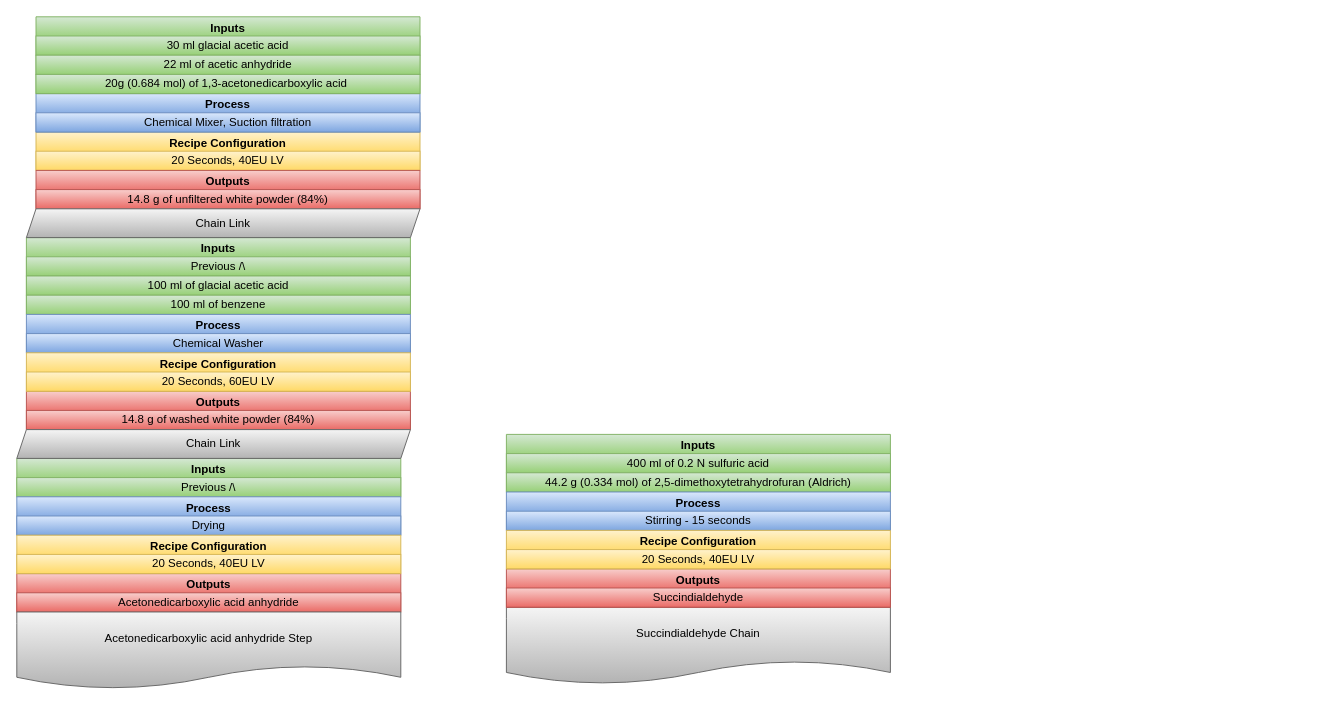
Nrmot/flowcharts keeps this draw.io diagram as Cocaine.drawio. Above is the earlier version. Source tidied: cells renumbered, new cells numbered last; positions are measured from the earlier drawing's top-left corner, leaving out a move shared by most shapes. Both pictures are drawn from the tidied source at 96%, with x=0, y=0 at pixel (16, 16).
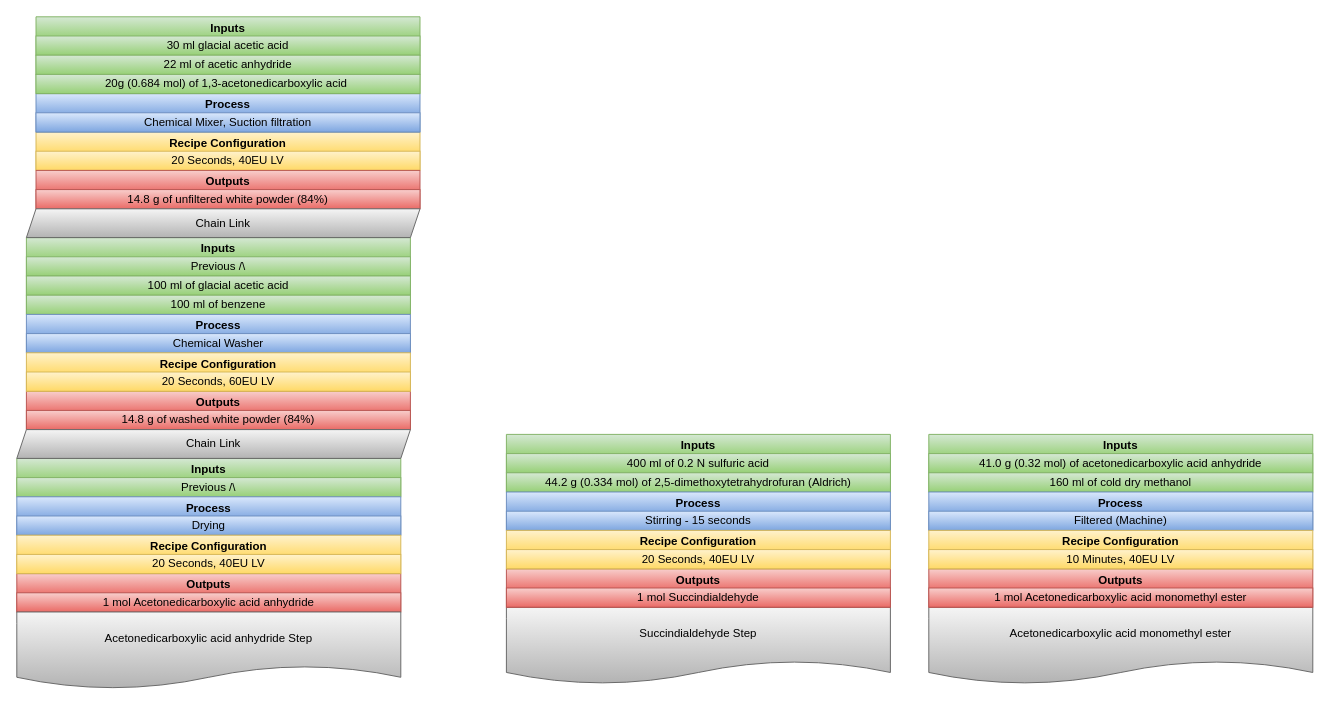
The same page after the edit.

The change refers to these unchanged cells:
```xml
<mxCell id="2" value="Outputs" style="swimlane;whiteSpace=wrap;html=1;fillColor=#f8cecc;strokeColor=#b85450;gradientColor=#ea6b66;" parent="1" vertex="1">
  <mxGeometry y="580" width="400" height="40" as="geometry" />
</mxCell>
<mxCell id="22" value="Outputs" style="swimlane;whiteSpace=wrap;html=1;fillColor=#f8cecc;strokeColor=#b85450;gradientColor=#ea6b66;" parent="1" vertex="1">
  <mxGeometry x="510" y="575" width="400" height="40" as="geometry" />
</mxCell>
```

Change to the diagram source:
```diff
@@
-    <mxCell id="4" value="Acetonedicarboxylic acid anhydride" style="rounded=0;whiteSpace=wrap;html=1;fillColor=#f8cecc;strokeColor=#b85450;gradientColor=#ea6b66;" parent="2" vertex="1">
+    <mxCell id="4" value="1 mol Acetonedicarboxylic acid anhydride" style="rounded=0;whiteSpace=wrap;html=1;fillColor=#f8cecc;strokeColor=#b85450;gradientColor=#ea6b66;" parent="2" vertex="1">
       <mxGeometry y="20" width="400" height="20" as="geometry" />
     </mxCell>
@@
-    <mxCell id="21" value="Succindialdehyde&amp;nbsp;Chain" style="shape=document;whiteSpace=wrap;html=1;boundedLbl=1;fillColor=#f5f5f5;gradientColor=#b3b3b3;strokeColor=#666666;" parent="1" vertex="1">
+    <mxCell id="21" value="Succindialdehyde&amp;nbsp;Step" style="shape=document;whiteSpace=wrap;html=1;boundedLbl=1;fillColor=#f5f5f5;gradientColor=#b3b3b3;strokeColor=#666666;" parent="1" vertex="1">
       <mxGeometry x="510" y="615" width="400" height="80" as="geometry" />
     </mxCell>
@@
-    <mxCell id="24" value="Succindialdehyde" style="rounded=0;whiteSpace=wrap;html=1;fillColor=#f8cecc;strokeColor=#b85450;gradientColor=#ea6b66;" parent="22" vertex="1">
+    <mxCell id="24" value="1 mol Succindialdehyde" style="rounded=0;whiteSpace=wrap;html=1;fillColor=#f8cecc;strokeColor=#b85450;gradientColor=#ea6b66;" parent="22" vertex="1">
       <mxGeometry y="20" width="400" height="20" as="geometry" />
     </mxCell>
@@
+    <mxCell id="51" value="Acetonedicarboxylic acid monomethyl ester" style="shape=document;whiteSpace=wrap;html=1;boundedLbl=1;fillColor=#f5f5f5;gradientColor=#b3b3b3;strokeColor=#666666;" parent="1" vertex="1">
+      <mxGeometry x="950" y="615" width="400" height="80" as="geometry" />
+    </mxCell>
+    <mxCell id="52" value="Outputs" style="swimlane;whiteSpace=wrap;html=1;fillColor=#f8cecc;strokeColor=#b85450;gradientColor=#ea6b66;" parent="1" vertex="1">
+      <mxGeometry x="950" y="575" width="400" height="40" as="geometry" />
+    </mxCell>
+    <mxCell id="53" style="edgeStyle=orthogonalEdgeStyle;rounded=0;orthogonalLoop=1;jettySize=auto;html=1;exitX=0.5;exitY=1;exitDx=0;exitDy=0;fillColor=#f8cecc;strokeColor=#b85450;gradientColor=#ea6b66;" parent="52" edge="1">
+      <mxGeometry relative="1" as="geometry">
+        <mxPoint x="150" y="40" as="sourcePoint" />
+        <mxPoint x="150" y="40" as="targetPoint" />
+      </mxGeometry>
+    </mxCell>
+    <mxCell id="54" value="1 mol Acetonedicarboxylic acid monomethyl ester" style="rounded=0;whiteSpace=wrap;html=1;fillColor=#f8cecc;strokeColor=#b85450;gradientColor=#ea6b66;" parent="52" vertex="1">
+      <mxGeometry y="20" width="400" height="20" as="geometry" />
+    </mxCell>
+    <mxCell id="55" value="Inputs" style="swimlane;whiteSpace=wrap;html=1;fillColor=#d5e8d4;strokeColor=#82b366;gradientColor=#97d077;" parent="1" vertex="1">
+      <mxGeometry x="950" y="435" width="400" height="60" as="geometry" />
+    </mxCell>
+    <mxCell id="56" value="41.0 g (0.32 mol) of acetonedicarboxylic acid anhydride" style="rounded=0;whiteSpace=wrap;html=1;fillColor=#d5e8d4;strokeColor=#82b366;gradientColor=#97d077;" parent="55" vertex="1">
+      <mxGeometry y="20" width="400" height="20" as="geometry" />
+    </mxCell>
+    <mxCell id="57" style="edgeStyle=orthogonalEdgeStyle;rounded=0;orthogonalLoop=1;jettySize=auto;html=1;exitX=0.5;exitY=1;exitDx=0;exitDy=0;fillColor=#d5e8d4;strokeColor=#82b366;gradientColor=#97d077;" parent="55" edge="1" source="56" target="56">
+      <mxGeometry relative="1" as="geometry" />
+    </mxCell>
+    <mxCell id="58" value="160 ml of cold dry methanol" style="rounded=0;whiteSpace=wrap;html=1;fillColor=#d5e8d4;strokeColor=#82b366;gradientColor=#97d077;" parent="55" vertex="1">
+      <mxGeometry y="40" width="400" height="20" as="geometry" />
+    </mxCell>
+    <mxCell id="59" value="Process" style="swimlane;whiteSpace=wrap;html=1;fillColor=#dae8fc;strokeColor=#6c8ebf;gradientColor=#7ea6e0;" parent="1" vertex="1">
+      <mxGeometry x="950" y="495" width="400" height="40" as="geometry" />
+    </mxCell>
+    <mxCell id="60" value="Filtered (Machine)" style="rounded=0;whiteSpace=wrap;html=1;fillColor=#dae8fc;strokeColor=#6c8ebf;gradientColor=#7ea6e0;" parent="59" vertex="1">
+      <mxGeometry y="20" width="400" height="20" as="geometry" />
+    </mxCell>
+    <mxCell id="61" value="Recipe Configuration" style="swimlane;whiteSpace=wrap;html=1;fillColor=#fff2cc;strokeColor=#d6b656;gradientColor=#ffd966;" parent="1" vertex="1">
+      <mxGeometry x="950" y="535" width="400" height="40" as="geometry" />
+    </mxCell>
+    <mxCell id="62" value="10 Minutes, 40EU LV" style="rounded=0;whiteSpace=wrap;html=1;fillColor=#fff2cc;strokeColor=#d6b656;gradientColor=#ffd966;" parent="61" vertex="1">
+      <mxGeometry y="20" width="400" height="20" as="geometry" />
+    </mxCell>
```
